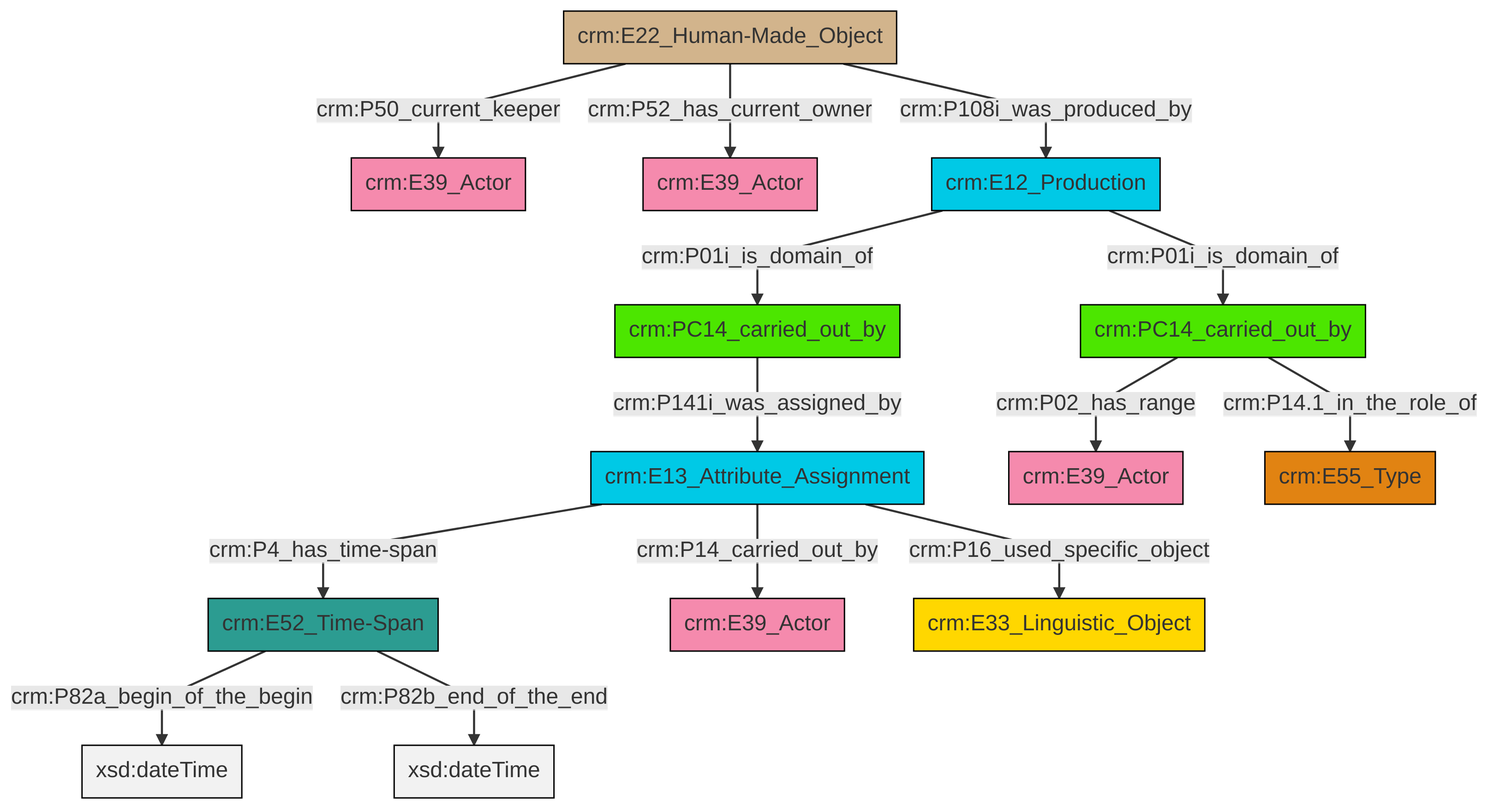
This is et/carrierCSV/ttl/mmd/png/carrier_relations.png from swiss-art-research-net/docs.swissartresearch, a Mermaid export, as it was before one commit. Its source is kept beside it as et/carrierCSV/ttl/mmd/carrier_relations.ttl.mmd.
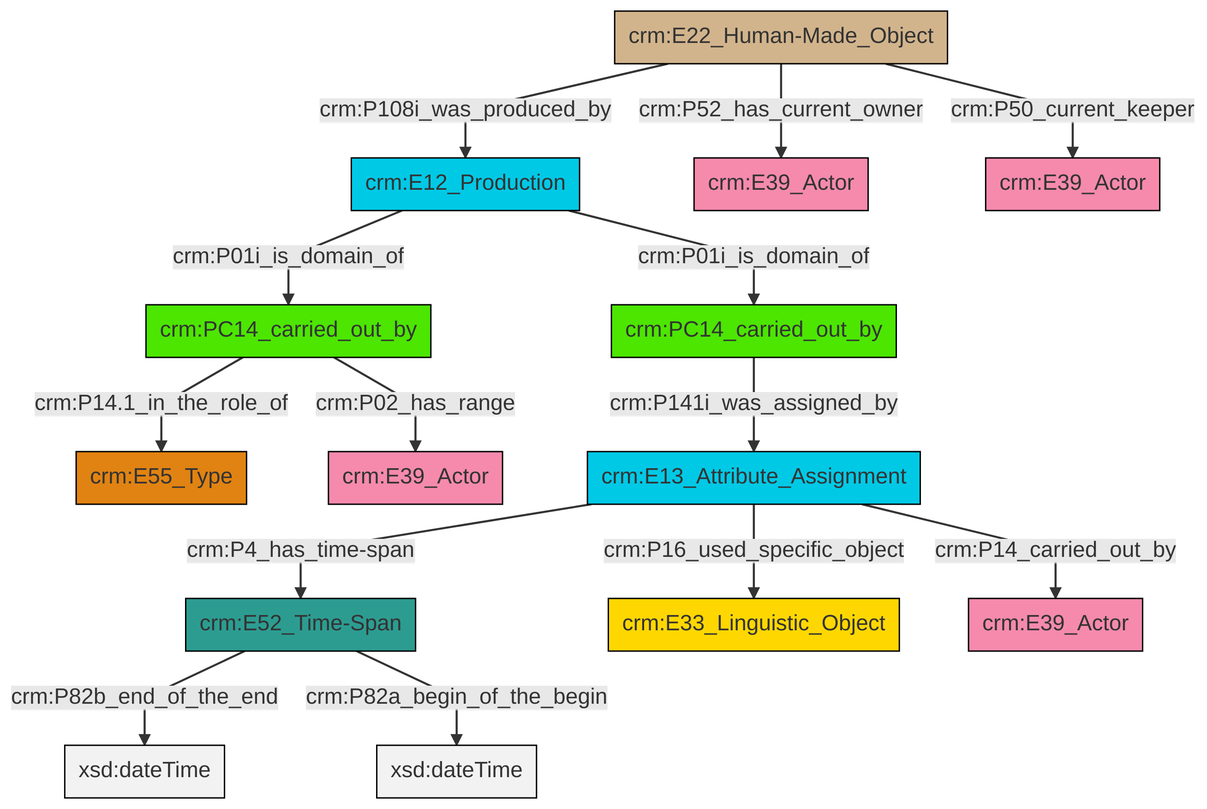
Later version of the same file.

Change to the diagram source:
```diff
@@ -13,16 +13,16 @@
 classDef PC_Classes fill:#4ce600, stroke:#000000;
 classDef Multi fill:#cccccc,stroke:#000000;
 
-0["crm:E13_Attribute_Assignment"]:::Temporal_Entity -->|crm:P4_has_time-span| 1["crm:E52_Time-Span"]:::Time-Span
-9["crm:E22_Human-Made_Object"]:::Physical_Thing -->|crm:P50_current_keeper| 10["crm:E39_Actor"]:::Actor
-0["crm:E13_Attribute_Assignment"]:::Temporal_Entity -->|crm:P16_used_specific_object| 12["crm:E33_Linguistic_Object"]:::Conceptual_Object
-9["crm:E22_Human-Made_Object"]:::Physical_Thing -->|crm:P52_has_current_owner| 13["crm:E39_Actor"]:::Actor
-0["crm:E13_Attribute_Assignment"]:::Temporal_Entity -->|crm:P14_carried_out_by| 5["crm:E39_Actor"]:::Actor
-16["crm:PC14_carried_out_by"]:::PC_Classes -->|crm:P14.1_in_the_role_of| 17["crm:E55_Type"]:::Type
-18["crm:E12_Production"]:::Temporal_Entity -->|crm:P01i_is_domain_of| 7["crm:PC14_carried_out_by"]:::PC_Classes
-16["crm:PC14_carried_out_by"]:::PC_Classes -->|crm:P02_has_range| 2["crm:E39_Actor"]:::Actor
-1["crm:E52_Time-Span"]:::Time-Span -->|crm:P82a_begin_of_the_begin| 21[xsd:dateTime]:::Literal
-7["crm:PC14_carried_out_by"]:::PC_Classes -->|crm:P141i_was_assigned_by| 0["crm:E13_Attribute_Assignment"]:::Temporal_Entity
-18["crm:E12_Production"]:::Temporal_Entity -->|crm:P01i_is_domain_of| 16["crm:PC14_carried_out_by"]:::PC_Classes
-9["crm:E22_Human-Made_Object"]:::Physical_Thing -->|crm:P108i_was_produced_by| 18["crm:E12_Production"]:::Temporal_Entity
-1["crm:E52_Time-Span"]:::Time-Span -->|crm:P82b_end_of_the_end| 24[xsd:dateTime]:::Literal
+2["crm:PC14_carried_out_by"]:::PC_Classes -->|crm:P14.1_in_the_role_of| 3["crm:E55_Type"]:::Type
+4["crm:E12_Production"]:::Temporal_Entity -->|crm:P01i_is_domain_of| 2["crm:PC14_carried_out_by"]:::PC_Classes
+7["crm:E22_Human-Made_Object"]:::Physical_Thing -->|crm:P108i_was_produced_by| 4["crm:E12_Production"]:::Temporal_Entity
+9["crm:E13_Attribute_Assignment"]:::Temporal_Entity -->|crm:P4_has_time-span| 10["crm:E52_Time-Span"]:::Time-Span
+7["crm:E22_Human-Made_Object"]:::Physical_Thing -->|crm:P52_has_current_owner| 11["crm:E39_Actor"]:::Actor
+0["crm:PC14_carried_out_by"]:::PC_Classes -->|crm:P141i_was_assigned_by| 9["crm:E13_Attribute_Assignment"]:::Temporal_Entity
+10["crm:E52_Time-Span"]:::Time-Span -->|crm:P82b_end_of_the_end| 19[xsd:dateTime]:::Literal
+7["crm:E22_Human-Made_Object"]:::Physical_Thing -->|crm:P50_current_keeper| 5["crm:E39_Actor"]:::Actor
+4["crm:E12_Production"]:::Temporal_Entity -->|crm:P01i_is_domain_of| 0["crm:PC14_carried_out_by"]:::PC_Classes
+10["crm:E52_Time-Span"]:::Time-Span -->|crm:P82a_begin_of_the_begin| 21[xsd:dateTime]:::Literal
+9["crm:E13_Attribute_Assignment"]:::Temporal_Entity -->|crm:P16_used_specific_object| 13["crm:E33_Linguistic_Object"]:::Conceptual_Object
+2["crm:PC14_carried_out_by"]:::PC_Classes -->|crm:P02_has_range| 15["crm:E39_Actor"]:::Actor
+9["crm:E13_Attribute_Assignment"]:::Temporal_Entity -->|crm:P14_carried_out_by| 17["crm:E39_Actor"]:::Actor
```
